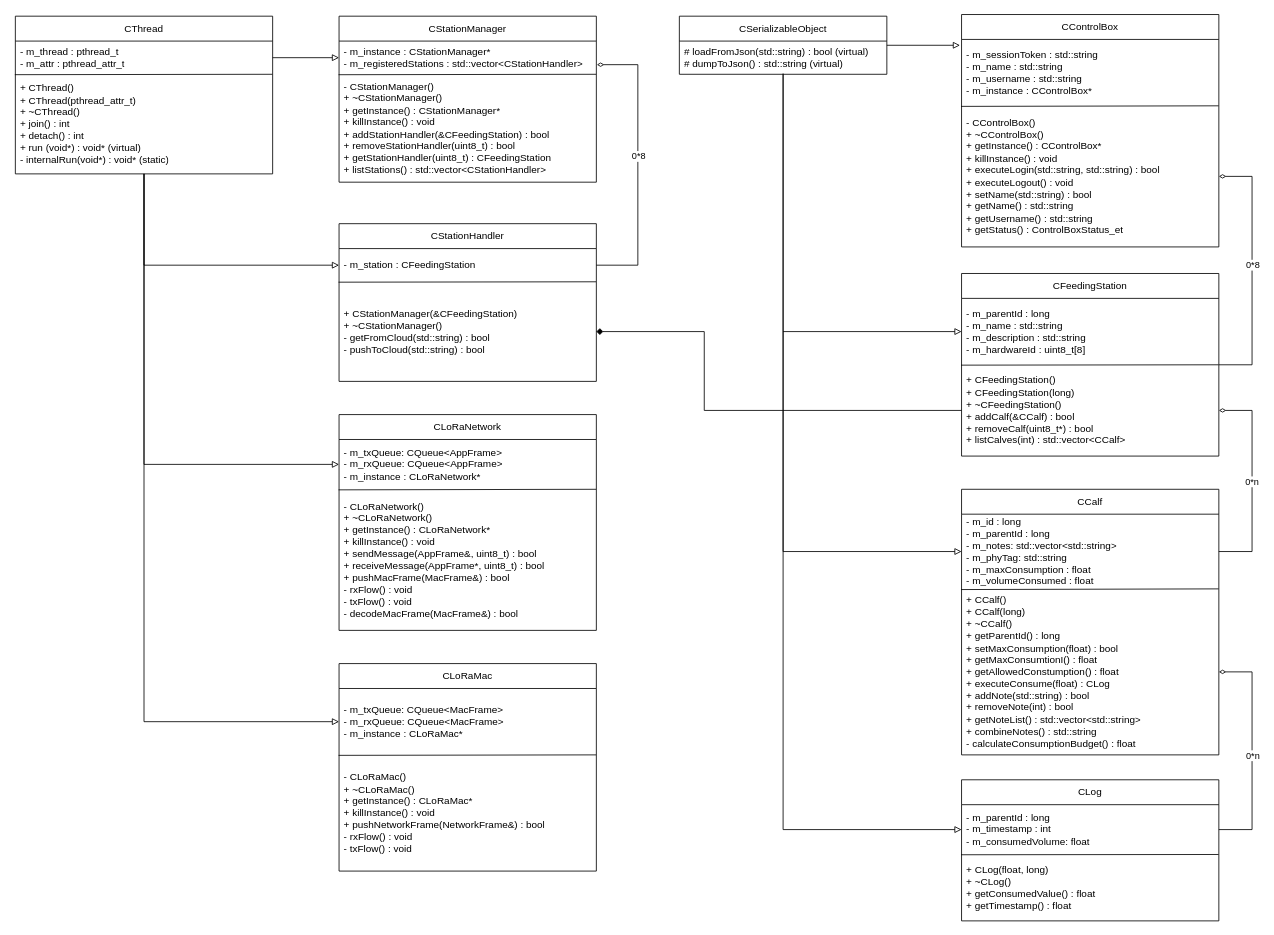
The draw.io diagram page "Page-1" (1 of 3) of Spec/ClassDiagram.drawio in Ner027/MooFeeder, before the edit. Source tidied: cells renumbered, new cells numbered last; positions are measured from the earlier drawing's top-left corner, leaving out a move shared by most shapes. Both pictures are drawn from the tidied source at 83%, with x=0, y=0 at pixel (15, 14).
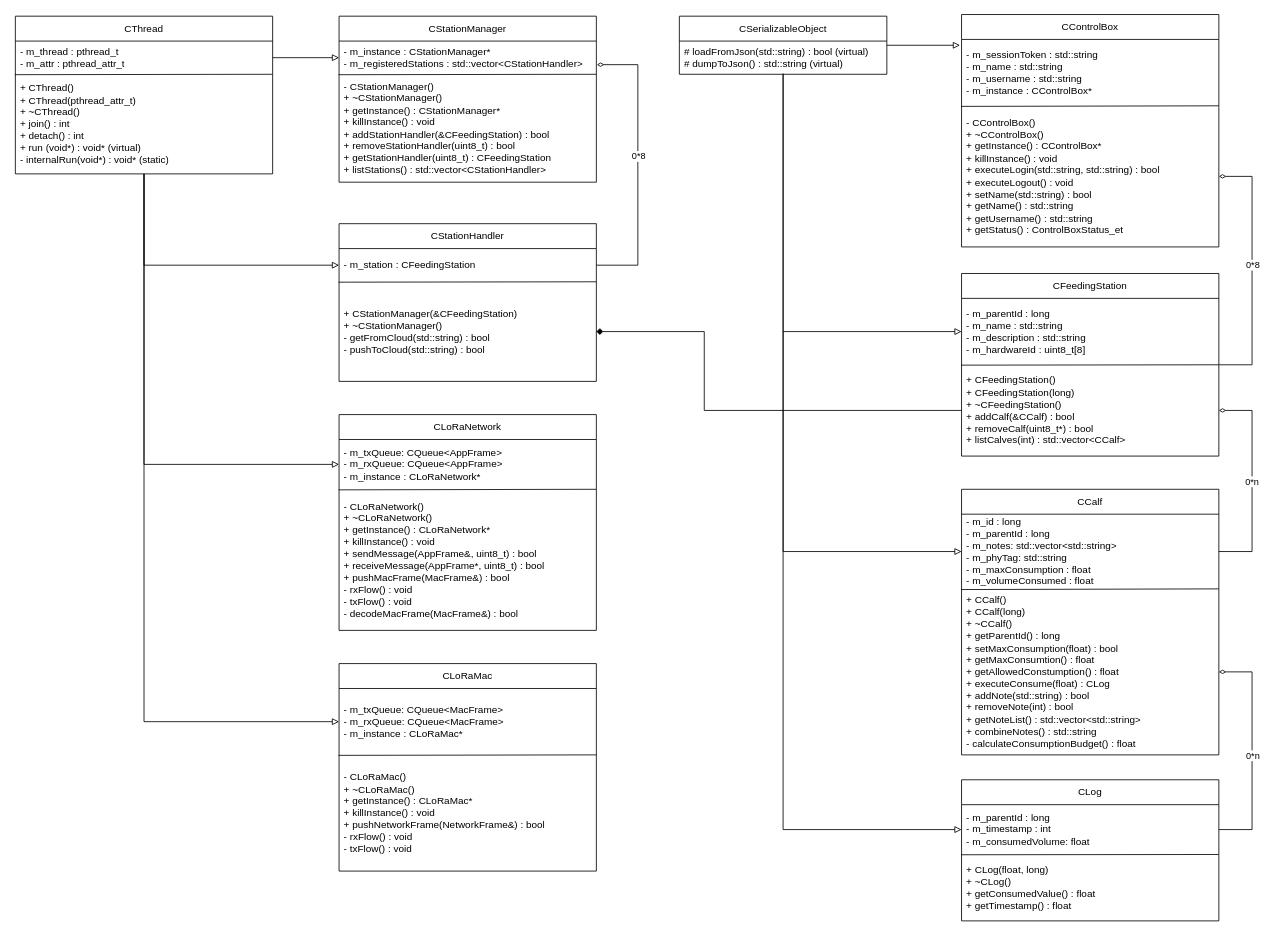
The same page after the edit.

Unchanged cells that the change refers to:
```xml
<mxCell id="17" value="CCalf" style="swimlane;fontStyle=0;horizontal=1;startSize=30;whiteSpace=wrap;html=1;" parent="1" vertex="1">
  <mxGeometry x="1140" y="572" width="310" height="320" as="geometry" />
</mxCell>
```

What changed in the source:
```diff
@@
-    <mxCell id="19" value="+ CCalf()&lt;br&gt;+ CCalf(long)&lt;br style=&quot;border-color: var(--border-color);&quot;&gt;+ ~CCalf()&lt;br&gt;+ getParentId() : long&lt;br&gt;+ setMaxConsumption(float) : bool&lt;br&gt;+ getMaxConsumtionI() : float&lt;br&gt;+ getAllowedConstumption() : float&lt;br&gt;+ executeConsume(float) : CLog&amp;nbsp;&lt;br&gt;+ addNote(std::string) : bool&lt;br&gt;+ removeNote(int) : bool&lt;br&gt;+ getNoteList() : std::vector&amp;lt;std::string&amp;gt;&lt;br&gt;+ combineNotes() : std::string&lt;br&gt;- calculateConsumptionBudget() : float" style="text;strokeColor=none;fillColor=none;align=left;verticalAlign=middle;spacingLeft=4;spacingRight=4;overflow=hidden;points=[[0,0.5],[1,0.5]];portConstraint=eastwest;whiteSpace=wrap;html=1;" parent="17" vertex="1">
+    <mxCell id="19" value="+ CCalf()&lt;br&gt;+ CCalf(long)&lt;br style=&quot;border-color: var(--border-color);&quot;&gt;+ ~CCalf()&lt;br&gt;+ getParentId() : long&lt;br&gt;+ setMaxConsumption(float) : bool&lt;br&gt;+ getMaxConsumtion() : float&lt;br&gt;+ getAllowedConstumption() : float&lt;br&gt;+ executeConsume(float) : CLog&amp;nbsp;&lt;br&gt;+ addNote(std::string) : bool&lt;br&gt;+ removeNote(int) : bool&lt;br&gt;+ getNoteList() : std::vector&amp;lt;std::string&amp;gt;&lt;br&gt;+ combineNotes() : std::string&lt;br&gt;- calculateConsumptionBudget() : float" style="text;strokeColor=none;fillColor=none;align=left;verticalAlign=middle;spacingLeft=4;spacingRight=4;overflow=hidden;points=[[0,0.5],[1,0.5]];portConstraint=eastwest;whiteSpace=wrap;html=1;" parent="17" vertex="1">
       <mxGeometry y="120" width="310" height="200" as="geometry" />
     </mxCell>
```
